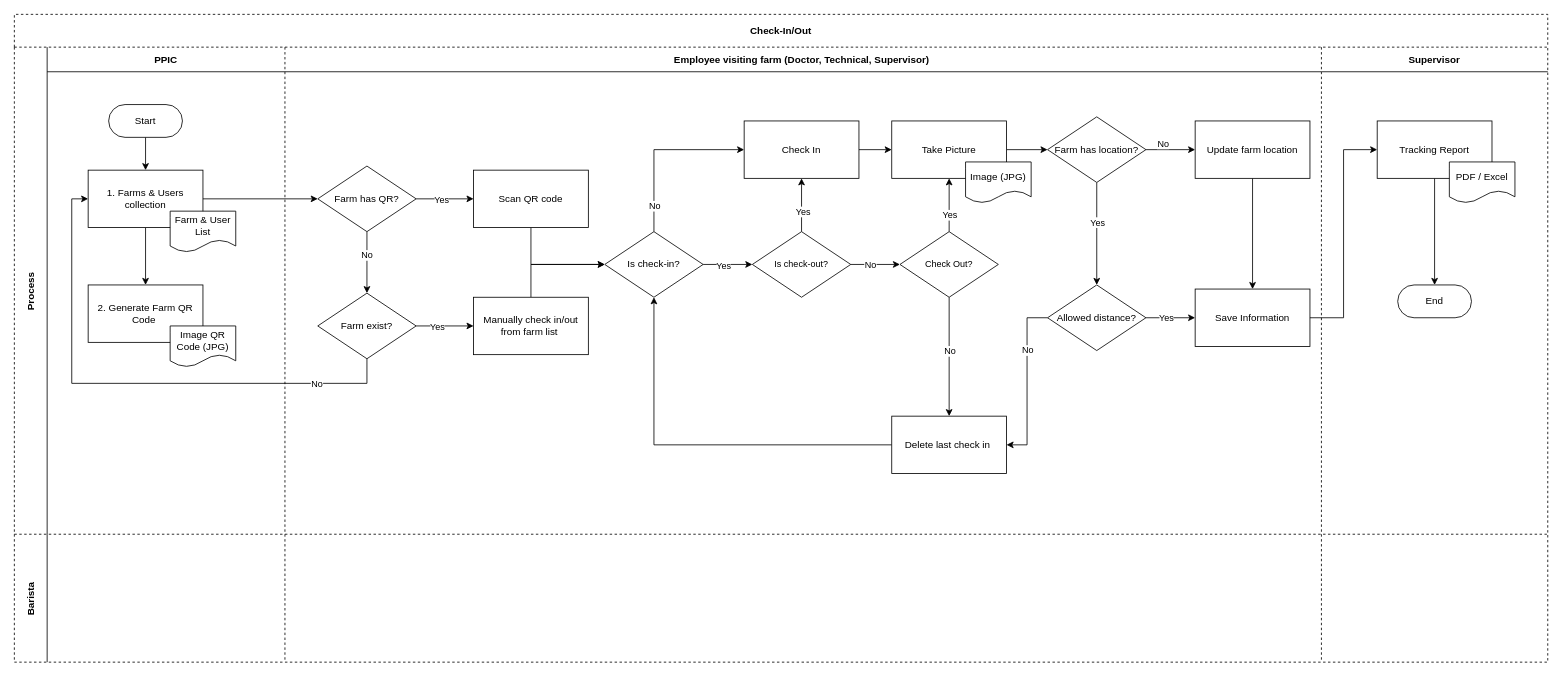
Before: swinegps.drawio in kieunam123/expo-project, a draw.io diagram. Source tidied: cells renumbered, new cells numbered last; positions are measured from the earlier drawing's top-left corner, leaving out a move shared by most shapes. Both pictures are drawn from the tidied source at 82%, with x=0, y=0 at pixel (14, 14).
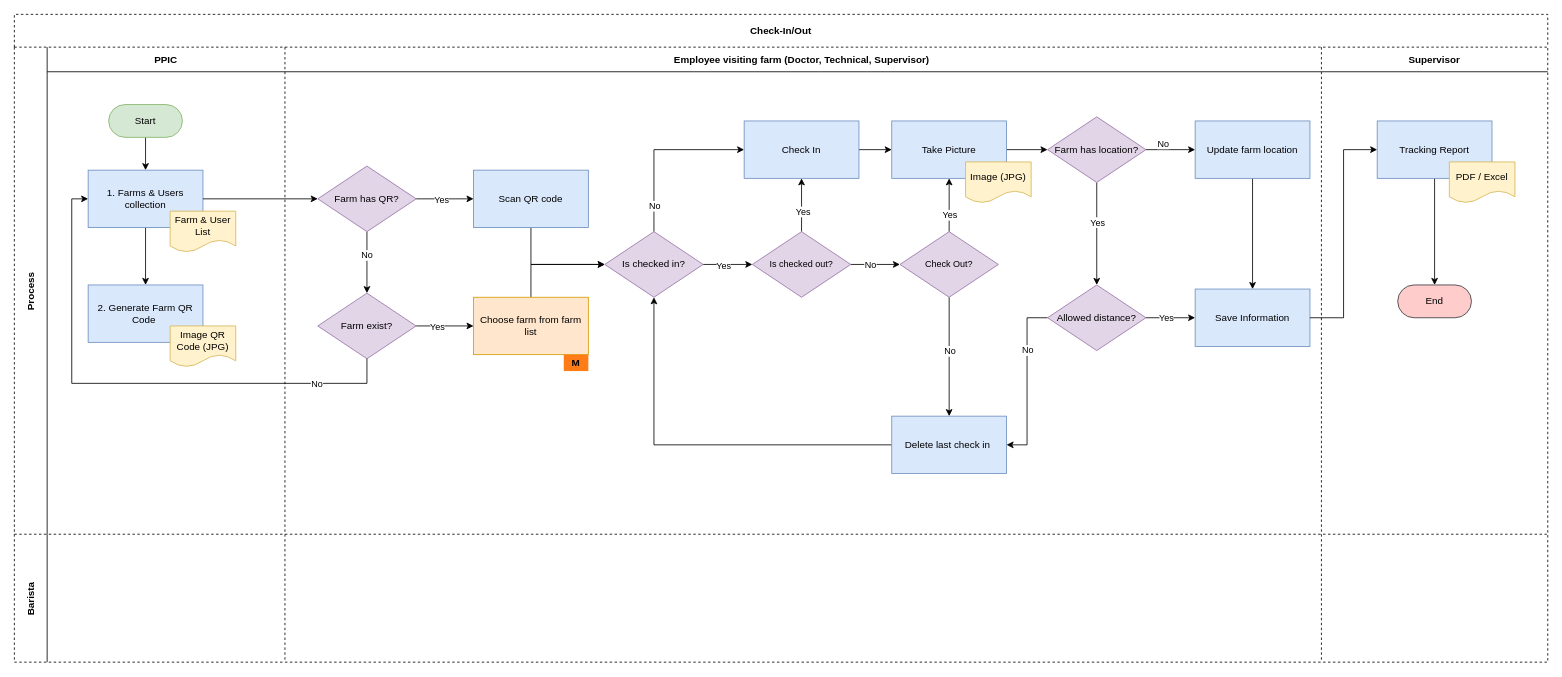
The same page after the edit.

The change refers to these unchanged cells:
```xml
<mxCell id="4" value="PPIC" style="swimlane;swimlaneHead=0;swimlaneBody=0;fillColor=none;startSize=30;fontStyle=1;swimlaneLine=1;" parent="3" vertex="1">
  <mxGeometry x="40" width="290" height="594" as="geometry" />
</mxCell>
<mxCell id="12" value="Employee visiting farm (Doctor, Technical, Supervisor) " style="swimlane;swimlaneHead=0;swimlaneBody=0;fillColor=none;startSize=30;fontStyle=1;swimlaneLine=1;" parent="3" vertex="1">
  <mxGeometry x="330" width="1264" height="594" as="geometry" />
</mxCell>
<mxCell id="60" value="Supervisor" style="swimlane;swimlaneHead=0;swimlaneBody=0;fillColor=none;startSize=30;fontStyle=1;" parent="3" vertex="1">
  <mxGeometry x="1594" width="276" height="594" as="geometry" />
</mxCell>
```

The edit, as a diff of the source:
```diff
@@
-    <mxCell id="6" value="Start" style="rounded=1;whiteSpace=wrap;html=1;arcSize=50;" parent="4" vertex="1">
+    <mxCell id="6" value="Start" style="rounded=1;whiteSpace=wrap;html=1;arcSize=50;fillColor=#d5e8d4;strokeColor=#82b366;" parent="4" vertex="1">
       <mxGeometry x="75" y="70" width="90" height="40" as="geometry" />
     </mxCell>
@@
-    <mxCell id="8" value="1. Farms &amp;amp; Users collection" style="rounded=0;whiteSpace=wrap;html=1;" parent="4" vertex="1">
+    <mxCell id="8" value="1. Farms &amp;amp; Users collection" style="rounded=0;whiteSpace=wrap;html=1;fillColor=#dae8fc;strokeColor=#6c8ebf;" parent="4" vertex="1">
       <mxGeometry x="50" y="150" width="140" height="70" as="geometry" />
     </mxCell>
-    <mxCell id="9" value="Farm &amp;amp; User List" style="shape=document;whiteSpace=wrap;html=1;boundedLbl=1;" parent="4" vertex="1">
+    <mxCell id="9" value="Farm &amp;amp; User List" style="shape=document;whiteSpace=wrap;html=1;boundedLbl=1;fillColor=#fff2cc;strokeColor=#d6b656;" parent="4" vertex="1">
       <mxGeometry x="150" y="200" width="80" height="50" as="geometry" />
     </mxCell>
-    <mxCell id="10" value="2. Generate Farm QR Code&amp;nbsp;" style="rounded=0;whiteSpace=wrap;html=1;" parent="4" vertex="1">
+    <mxCell id="10" value="2. Generate Farm QR Code&amp;nbsp;" style="rounded=0;whiteSpace=wrap;html=1;fillColor=#dae8fc;strokeColor=#6c8ebf;" parent="4" vertex="1">
       <mxGeometry x="50" y="290" width="140" height="70" as="geometry" />
     </mxCell>
-    <mxCell id="11" value="Image QR Code (JPG)" style="shape=document;whiteSpace=wrap;html=1;boundedLbl=1;" parent="4" vertex="1">
+    <mxCell id="11" value="Image QR Code (JPG)" style="shape=document;whiteSpace=wrap;html=1;boundedLbl=1;fillColor=#fff2cc;strokeColor=#d6b656;" parent="4" vertex="1">
       <mxGeometry x="150" y="340" width="80" height="50" as="geometry" />
     </mxCell>
@@
-    <mxCell id="17" value="Is check-in?" style="rhombus;whiteSpace=wrap;html=1;labelBorderColor=none;sketch=0;strokeWidth=1;" parent="12" vertex="1">
+    <mxCell id="17" value="Is checked in?" style="rhombus;whiteSpace=wrap;html=1;labelBorderColor=none;sketch=0;strokeWidth=1;fillColor=#e1d5e7;strokeColor=#9673a6;" parent="12" vertex="1">
       <mxGeometry x="390" y="225" width="120" height="80" as="geometry" />
     </mxCell>
@@
-    <mxCell id="19" value="Scan QR code" style="rounded=0;whiteSpace=wrap;html=1;" parent="12" vertex="1">
+    <mxCell id="19" value="Scan QR code" style="rounded=0;whiteSpace=wrap;html=1;fillColor=#dae8fc;strokeColor=#6c8ebf;" parent="12" vertex="1">
       <mxGeometry x="230" y="150" width="140" height="70" as="geometry" />
     </mxCell>
@@
-    <mxCell id="21" value="Take Picture" style="rounded=0;whiteSpace=wrap;html=1;" parent="12" vertex="1">
+    <mxCell id="21" value="Take Picture" style="rounded=0;whiteSpace=wrap;html=1;fillColor=#dae8fc;strokeColor=#6c8ebf;" parent="12" vertex="1">
       <mxGeometry x="740" y="90" width="140" height="70" as="geometry" />
     </mxCell>
@@
-    <mxCell id="24" value="Farm exist?" style="rhombus;whiteSpace=wrap;html=1;labelBorderColor=none;sketch=0;strokeWidth=1;" parent="12" vertex="1">
+    <mxCell id="24" value="Farm exist?" style="rhombus;whiteSpace=wrap;html=1;labelBorderColor=none;sketch=0;strokeWidth=1;fillColor=#e1d5e7;strokeColor=#9673a6;" parent="12" vertex="1">
       <mxGeometry x="40" y="300" width="120" height="80" as="geometry" />
     </mxCell>
@@
-    <mxCell id="29" value="Allowed distance?" style="rhombus;whiteSpace=wrap;html=1;labelBorderColor=none;sketch=0;strokeWidth=1;" parent="12" vertex="1">
+    <mxCell id="29" value="Allowed distance?" style="rhombus;whiteSpace=wrap;html=1;labelBorderColor=none;sketch=0;strokeWidth=1;fillColor=#e1d5e7;strokeColor=#9673a6;" parent="12" vertex="1">
       <mxGeometry x="930" y="290" width="120" height="80" as="geometry" />
     </mxCell>
-    <mxCell id="30" value="Save Information" style="rounded=0;whiteSpace=wrap;html=1;" parent="12" vertex="1">
+    <mxCell id="30" value="Save Information" style="rounded=0;whiteSpace=wrap;html=1;fillColor=#dae8fc;strokeColor=#6c8ebf;" parent="12" vertex="1">
       <mxGeometry x="1110" y="295" width="140" height="70" as="geometry" />
     </mxCell>
@@
-    <mxCell id="35" value="Farm has location?" style="rhombus;whiteSpace=wrap;html=1;labelBorderColor=none;sketch=0;strokeWidth=1;" parent="12" vertex="1">
+    <mxCell id="35" value="Farm has location?" style="rhombus;whiteSpace=wrap;html=1;labelBorderColor=none;sketch=0;strokeWidth=1;fillColor=#e1d5e7;strokeColor=#9673a6;" parent="12" vertex="1">
       <mxGeometry x="930" y="85" width="120" height="80" as="geometry" />
     </mxCell>
@@
-    <mxCell id="40" value="Farm has QR?" style="rhombus;whiteSpace=wrap;html=1;labelBorderColor=none;sketch=0;strokeWidth=1;" parent="12" vertex="1">
+    <mxCell id="40" value="Farm has QR?" style="rhombus;whiteSpace=wrap;html=1;labelBorderColor=none;sketch=0;strokeWidth=1;fillColor=#e1d5e7;strokeColor=#9673a6;" parent="12" vertex="1">
       <mxGeometry x="40" y="145" width="120" height="80" as="geometry" />
     </mxCell>
@@
-    <mxCell id="42" value="Manually check in/out from farm list&amp;nbsp;" style="rounded=0;whiteSpace=wrap;html=1;" parent="12" vertex="1">
+    <mxCell id="42" value="Choose farm from farm list" style="rounded=0;whiteSpace=wrap;html=1;fillColor=#ffe6cc;strokeColor=#d79b00;" parent="12" vertex="1">
       <mxGeometry x="230" y="305" width="140" height="70" as="geometry" />
     </mxCell>
@@
-    <mxCell id="44" value="Check In" style="rounded=0;whiteSpace=wrap;html=1;" parent="12" vertex="1">
+    <mxCell id="44" value="Check In" style="rounded=0;whiteSpace=wrap;html=1;fillColor=#dae8fc;strokeColor=#6c8ebf;" parent="12" vertex="1">
       <mxGeometry x="560" y="90" width="140" height="70" as="geometry" />
     </mxCell>
@@
-    <mxCell id="46" value="Delete last check in&amp;nbsp;" style="rounded=0;whiteSpace=wrap;html=1;" parent="12" vertex="1">
+    <mxCell id="46" value="Delete last check in&amp;nbsp;" style="rounded=0;whiteSpace=wrap;html=1;fillColor=#dae8fc;strokeColor=#6c8ebf;" parent="12" vertex="1">
       <mxGeometry x="740" y="450" width="140" height="70" as="geometry" />
     </mxCell>
@@
-    <mxCell id="51" value="&lt;span style=&quot;font-size: 11px;&quot;&gt;Is check-out?&lt;/span&gt;" style="rhombus;whiteSpace=wrap;html=1;labelBorderColor=none;sketch=0;strokeWidth=1;" parent="12" vertex="1">
+    <mxCell id="51" value="&lt;span style=&quot;font-size: 11px;&quot;&gt;Is checked out?&lt;/span&gt;" style="rhombus;whiteSpace=wrap;html=1;labelBorderColor=none;sketch=0;strokeWidth=1;fillColor=#e1d5e7;strokeColor=#9673a6;" parent="12" vertex="1">
       <mxGeometry x="570" y="225" width="120" height="80" as="geometry" />
     </mxCell>
@@
-    <mxCell id="53" value="Update farm location" style="rounded=0;whiteSpace=wrap;html=1;" parent="12" vertex="1">
+    <mxCell id="53" value="Update farm location" style="rounded=0;whiteSpace=wrap;html=1;fillColor=#dae8fc;strokeColor=#6c8ebf;" parent="12" vertex="1">
       <mxGeometry x="1110" y="90" width="140" height="70" as="geometry" />
     </mxCell>
-    <mxCell id="54" value="Image (JPG)" style="shape=document;whiteSpace=wrap;html=1;boundedLbl=1;" parent="12" vertex="1">
+    <mxCell id="54" value="Image (JPG)" style="shape=document;whiteSpace=wrap;html=1;boundedLbl=1;fillColor=#fff2cc;strokeColor=#d6b656;" parent="12" vertex="1">
       <mxGeometry x="830" y="140" width="80" height="50" as="geometry" />
     </mxCell>
@@
-    <mxCell id="59" value="&lt;span style=&quot;font-size: 11px;&quot;&gt;Check Out?&lt;/span&gt;" style="rhombus;whiteSpace=wrap;html=1;labelBorderColor=none;sketch=0;strokeWidth=1;" parent="12" vertex="1">
+    <mxCell id="59" value="&lt;span style=&quot;font-size: 11px;&quot;&gt;Check Out?&lt;/span&gt;" style="rhombus;whiteSpace=wrap;html=1;labelBorderColor=none;sketch=0;strokeWidth=1;fillColor=#e1d5e7;strokeColor=#9673a6;" parent="12" vertex="1">
       <mxGeometry x="750" y="225" width="120" height="80" as="geometry" />
     </mxCell>
+    <mxCell id="73" value="&lt;b&gt;M&lt;/b&gt;" style="rounded=0;whiteSpace=wrap;html=1;fillColor=#FF7C17;fillStyle=solid;strokeColor=none;" parent="12" vertex="1">
+      <mxGeometry x="340" y="375" width="30" height="20" as="geometry" />
+    </mxCell>
@@
-    <mxCell id="62" value="Tracking Report" style="rounded=0;whiteSpace=wrap;html=1;" parent="60" vertex="1">
+    <mxCell id="62" value="Tracking Report" style="rounded=0;whiteSpace=wrap;html=1;fillColor=#dae8fc;strokeColor=#6c8ebf;" parent="60" vertex="1">
       <mxGeometry x="68" y="90" width="140" height="70" as="geometry" />
     </mxCell>
-    <mxCell id="63" value="PDF / Excel" style="shape=document;whiteSpace=wrap;html=1;boundedLbl=1;" parent="60" vertex="1">
+    <mxCell id="63" value="PDF / Excel" style="shape=document;whiteSpace=wrap;html=1;boundedLbl=1;fillColor=#fff2cc;strokeColor=#d6b656;" parent="60" vertex="1">
       <mxGeometry x="156" y="140" width="80" height="50" as="geometry" />
     </mxCell>
-    <mxCell id="64" value="End" style="rounded=1;whiteSpace=wrap;html=1;arcSize=50;" parent="60" vertex="1">
+    <mxCell id="64" value="End" style="rounded=1;whiteSpace=wrap;html=1;arcSize=50;fillColor=#ffcccc;strokeColor=#36393d;" parent="60" vertex="1">
       <mxGeometry x="93" y="290" width="90" height="40" as="geometry" />
     </mxCell>
```
